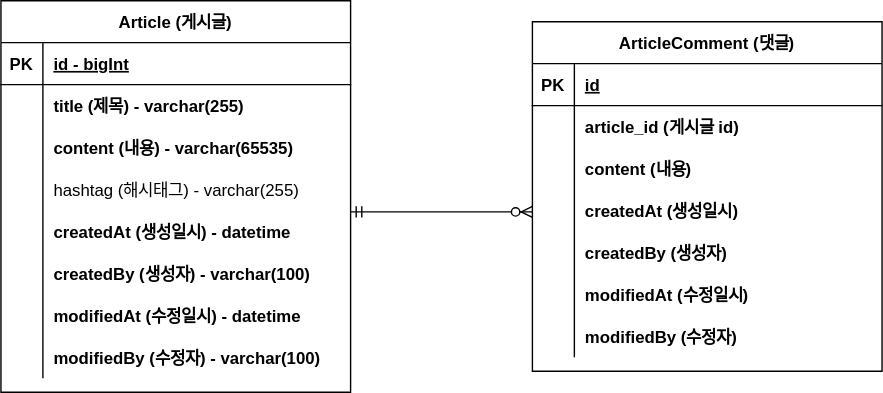
The draw.io diagram project-board-erd.svg in TD-Kim/fastcampus-project-board, before a commit. Source tidied: cells renumbered, new cells last; positions are measured from the earlier drawing's top-left corner, leaving out a move shared by most shapes.
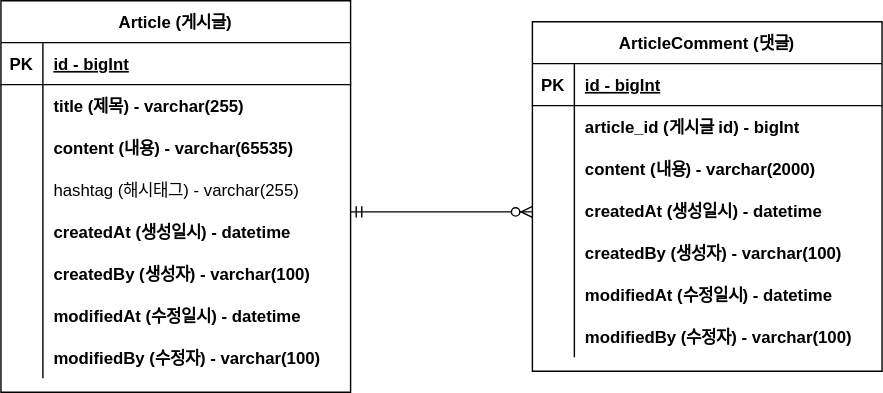
After the change.

What changed in the source:
```diff
@@ -86,7 +86,7 @@
     <mxCell id="29" value="PK" style="shape=partialRectangle;overflow=hidden;fillColor=none;top=0;left=0;bottom=0;right=0;fontStyle=1;" parent="28" vertex="1">
       <mxGeometry width="30" height="30" as="geometry" />
     </mxCell>
-    <mxCell id="30" value="id" style="shape=partialRectangle;overflow=hidden;fillColor=none;top=0;left=0;bottom=0;right=0;align=left;spacingLeft=6;fontStyle=5;" parent="28" vertex="1">
+    <mxCell id="30" value="id - bigInt" style="shape=partialRectangle;overflow=hidden;fillColor=none;top=0;left=0;bottom=0;right=0;align=left;spacingLeft=6;fontStyle=5;" parent="28" vertex="1">
       <mxGeometry x="30" width="220" height="30" as="geometry" />
     </mxCell>
     <mxCell id="31" style="shape=partialRectangle;fillColor=none;top=0;left=0;right=0;bottom=0;" parent="27" vertex="1">
@@ -95,7 +95,7 @@
     <mxCell id="32" style="shape=partialRectangle;overflow=hidden;fillColor=none;top=0;left=0;bottom=0;right=0;" parent="31" vertex="1">
       <mxGeometry width="30" height="30" as="geometry" />
     </mxCell>
-    <mxCell id="33" value="article_id (게시글 id)" style="shape=partialRectangle;overflow=hidden;fillColor=none;top=0;left=0;bottom=0;right=0;align=left;spacingLeft=6;fontStyle=1;" parent="31" vertex="1">
+    <mxCell id="33" value="article_id (게시글 id) - bigInt" style="shape=partialRectangle;overflow=hidden;fillColor=none;top=0;left=0;bottom=0;right=0;align=left;spacingLeft=6;fontStyle=1;" parent="31" vertex="1">
       <mxGeometry x="30" width="220" height="30" as="geometry" />
     </mxCell>
     <mxCell id="34" style="shape=partialRectangle;fillColor=none;top=0;left=0;right=0;bottom=0;" parent="27" vertex="1">
@@ -104,7 +104,7 @@
     <mxCell id="35" style="shape=partialRectangle;overflow=hidden;fillColor=none;top=0;left=0;bottom=0;right=0;" parent="34" vertex="1">
       <mxGeometry width="30" height="30" as="geometry" />
     </mxCell>
-    <mxCell id="36" value="content (내용)" style="shape=partialRectangle;overflow=hidden;fillColor=none;top=0;left=0;bottom=0;right=0;align=left;spacingLeft=6;fontStyle=1;" parent="34" vertex="1">
+    <mxCell id="36" value="content (내용) - varchar(2000)" style="shape=partialRectangle;overflow=hidden;fillColor=none;top=0;left=0;bottom=0;right=0;align=left;spacingLeft=6;fontStyle=1;" parent="34" vertex="1">
       <mxGeometry x="30" width="220" height="30" as="geometry" />
     </mxCell>
     <mxCell id="37" style="shape=partialRectangle;fillColor=none;top=0;left=0;right=0;bottom=0;" parent="27" vertex="1">
@@ -113,7 +113,7 @@
     <mxCell id="38" style="shape=partialRectangle;overflow=hidden;fillColor=none;top=0;left=0;bottom=0;right=0;" parent="37" vertex="1">
       <mxGeometry width="30" height="30" as="geometry" />
     </mxCell>
-    <mxCell id="39" value="createdAt (생성일시)" style="shape=partialRectangle;overflow=hidden;fillColor=none;top=0;left=0;bottom=0;right=0;align=left;spacingLeft=6;fontStyle=1;" parent="37" vertex="1">
+    <mxCell id="39" value="createdAt (생성일시) - datetime" style="shape=partialRectangle;overflow=hidden;fillColor=none;top=0;left=0;bottom=0;right=0;align=left;spacingLeft=6;fontStyle=1;" parent="37" vertex="1">
       <mxGeometry x="30" width="220" height="30" as="geometry" />
     </mxCell>
     <mxCell id="40" style="shape=partialRectangle;fillColor=none;top=0;left=0;right=0;bottom=0;" parent="27" vertex="1">
@@ -122,7 +122,7 @@
     <mxCell id="41" style="shape=partialRectangle;overflow=hidden;fillColor=none;top=0;left=0;bottom=0;right=0;" parent="40" vertex="1">
       <mxGeometry width="30" height="30" as="geometry" />
     </mxCell>
-    <mxCell id="42" value="createdBy (생성자)" style="shape=partialRectangle;overflow=hidden;fillColor=none;top=0;left=0;bottom=0;right=0;align=left;spacingLeft=6;fontStyle=1;" parent="40" vertex="1">
+    <mxCell id="42" value="createdBy (생성자) - varchar(100)" style="shape=partialRectangle;overflow=hidden;fillColor=none;top=0;left=0;bottom=0;right=0;align=left;spacingLeft=6;fontStyle=1;" parent="40" vertex="1">
       <mxGeometry x="30" width="220" height="30" as="geometry" />
     </mxCell>
     <mxCell id="43" style="shape=partialRectangle;fillColor=none;top=0;left=0;right=0;bottom=0;" parent="27" vertex="1">
@@ -131,7 +131,7 @@
     <mxCell id="44" style="shape=partialRectangle;overflow=hidden;fillColor=none;top=0;left=0;bottom=0;right=0;" parent="43" vertex="1">
       <mxGeometry width="30" height="30" as="geometry" />
     </mxCell>
-    <mxCell id="45" value="modifiedAt (수정일시)" style="shape=partialRectangle;overflow=hidden;fillColor=none;top=0;left=0;bottom=0;right=0;align=left;spacingLeft=6;fontStyle=1;" parent="43" vertex="1">
+    <mxCell id="45" value="modifiedAt (수정일시) - datetime" style="shape=partialRectangle;overflow=hidden;fillColor=none;top=0;left=0;bottom=0;right=0;align=left;spacingLeft=6;fontStyle=1;" parent="43" vertex="1">
       <mxGeometry x="30" width="220" height="30" as="geometry" />
     </mxCell>
     <mxCell id="46" style="shape=partialRectangle;fillColor=none;top=0;left=0;right=0;bottom=0;" parent="27" vertex="1">
@@ -140,7 +140,7 @@
     <mxCell id="47" style="shape=partialRectangle;overflow=hidden;fillColor=none;top=0;left=0;bottom=0;right=0;" parent="46" vertex="1">
       <mxGeometry width="30" height="30" as="geometry" />
     </mxCell>
-    <mxCell id="48" value="modifiedBy (수정자)" style="shape=partialRectangle;overflow=hidden;fillColor=none;top=0;left=0;bottom=0;right=0;align=left;spacingLeft=6;fontStyle=1;" parent="46" vertex="1">
+    <mxCell id="48" value="modifiedBy (수정자) - varchar(100)" style="shape=partialRectangle;overflow=hidden;fillColor=none;top=0;left=0;bottom=0;right=0;align=left;spacingLeft=6;fontStyle=1;" parent="46" vertex="1">
       <mxGeometry x="30" width="220" height="30" as="geometry" />
     </mxCell>
     <mxCell id="49" style="edgeStyle=entityRelationEdgeStyle;fontSize=12;html=1;endArrow=ERzeroToMany;startArrow=ERmandOne;rounded=0;exitX=1;exitY=0.5;exitDx=0;exitDy=0;entryX=0;entryY=0.5;entryDx=0;entryDy=0;" parent="1" edge="1">
```
